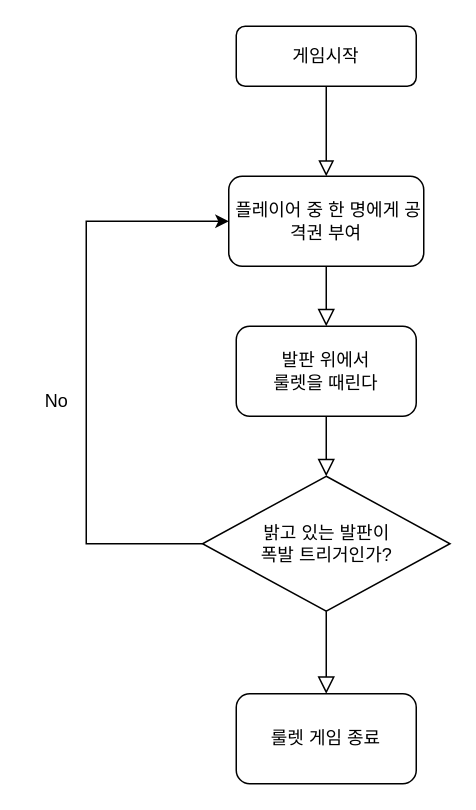
This is RulletGame/제목 없는 다이어그램.drawio from LHR-kr/MapleStoryWorld-Hackathon, a draw.io file, before an edit. Source tidied: cells renumbered, new cells numbered last; positions are measured from the earlier drawing's top-left corner, leaving out a move shared by most shapes. Both pictures are drawn from the tidied source at 150%, with x=0, y=0 at pixel (26, 26).
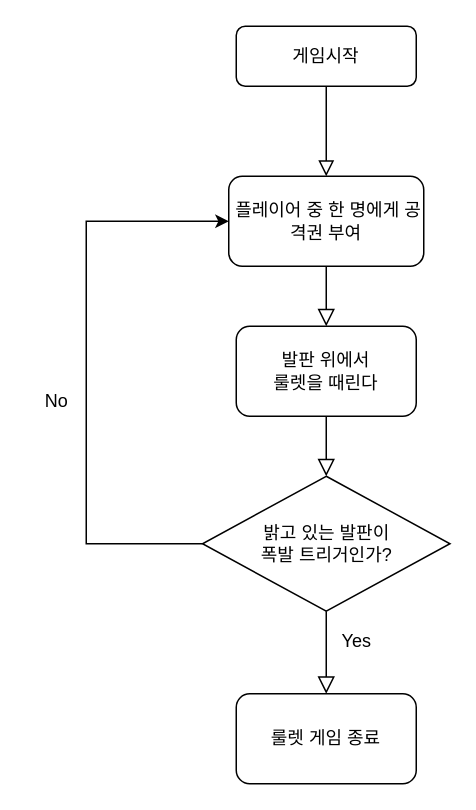
The same diagram, later.

Commit message:
제목 없는 다이어그램.drawio 업데이트

Diff of the diagram source:
```diff
@@
 <mxGraphModel>
   <root>
     <mxCell id="0" />
     <mxCell id="1" parent="0" />
     <mxCell id="2" style="rounded=0;html=1;jettySize=auto;fontSize=11;endArrow=block;endFill=0;endSize=8;strokeWidth=1;shadow=0;labelBackgroundColor=none;edgeStyle=orthogonalEdgeStyle;entryX=0.5;entryY=0;entryDx=0;entryDy=0;" parent="1" edge="1" source="3" target="5">
       <mxGeometry relative="1" as="geometry" />
     </mxCell>
     <mxCell id="3" value="게임시작" style="rounded=1;whiteSpace=wrap;html=1;fontSize=12;glass=0;strokeWidth=1;shadow=0;" parent="1" vertex="1">
       <mxGeometry x="140" width="120" height="40" as="geometry" />
     </mxCell>
     <mxCell id="4" style="edgeStyle=orthogonalEdgeStyle;rounded=0;jettySize=auto;html=1;endArrow=block;endFill=0;endSize=9;" parent="1" edge="1" source="5" target="7">
       <mxGeometry relative="1" as="geometry" />
     </mxCell>
     <mxCell id="5" value="&amp;nbsp;플레이어 중 한 명에게 공격권 부여" style="rounded=1;whiteSpace=wrap;html=1;" parent="1" vertex="1">
       <mxGeometry x="135" y="100" width="130" height="60" as="geometry" />
     </mxCell>
     <mxCell id="6" style="edgeStyle=orthogonalEdgeStyle;rounded=0;jettySize=auto;html=1;endArrow=block;endFill=0;endSize=9;" parent="1" edge="1" source="7" target="10">
       <mxGeometry relative="1" as="geometry" />
     </mxCell>
     <mxCell id="7" value="발판 위에서&lt;br&gt;룰렛을 때린다" style="rounded=1;whiteSpace=wrap;html=1;" parent="1" vertex="1">
       <mxGeometry x="140" y="200" width="120" height="60" as="geometry" />
     </mxCell>
     <mxCell id="8" style="edgeStyle=orthogonalEdgeStyle;rounded=0;jettySize=auto;html=1;entryX=0;entryY=0.5;entryDx=0;entryDy=0;" parent="1" edge="1" source="10" target="5">
       <mxGeometry relative="1" as="geometry">
         <Array as="points">
           <mxPoint x="40" y="345" />
           <mxPoint x="40" y="130" />
         </Array>
       </mxGeometry>
     </mxCell>
     <mxCell id="9" style="edgeStyle=orthogonalEdgeStyle;rounded=0;jettySize=auto;html=1;entryX=0.5;entryY=0;entryDx=0;entryDy=0;endArrow=block;endFill=0;endSize=9;" parent="1" edge="1" source="10" target="12">
       <mxGeometry relative="1" as="geometry" />
     </mxCell>
     <mxCell id="10" value="밝고 있는 발판이&lt;br&gt;폭발 트리거인가?" style="rhombus;whiteSpace=wrap;html=1;" parent="1" vertex="1">
       <mxGeometry x="117.5" y="300" width="165" height="90" as="geometry" />
     </mxCell>
     <mxCell id="11" value="No" style="text;html=1;align=center;verticalAlign=middle;strokeColor=none;fillColor=none;" parent="1" vertex="1">
       <mxGeometry y="235" width="40" height="30" as="geometry" />
     </mxCell>
     <mxCell id="12" value="룰렛 게임 종료" style="rounded=1;whiteSpace=wrap;html=1;" parent="1" vertex="1">
       <mxGeometry x="140" y="445" width="120" height="60" as="geometry" />
     </mxCell>
+    <mxCell id="13" value="Yes" style="text;html=1;align=center;verticalAlign=middle;strokeColor=none;fillColor=none;" parent="1" vertex="1">
+      <mxGeometry x="200" y="395" width="40" height="30" as="geometry" />
+    </mxCell>
   </root>
 </mxGraphModel>
```
